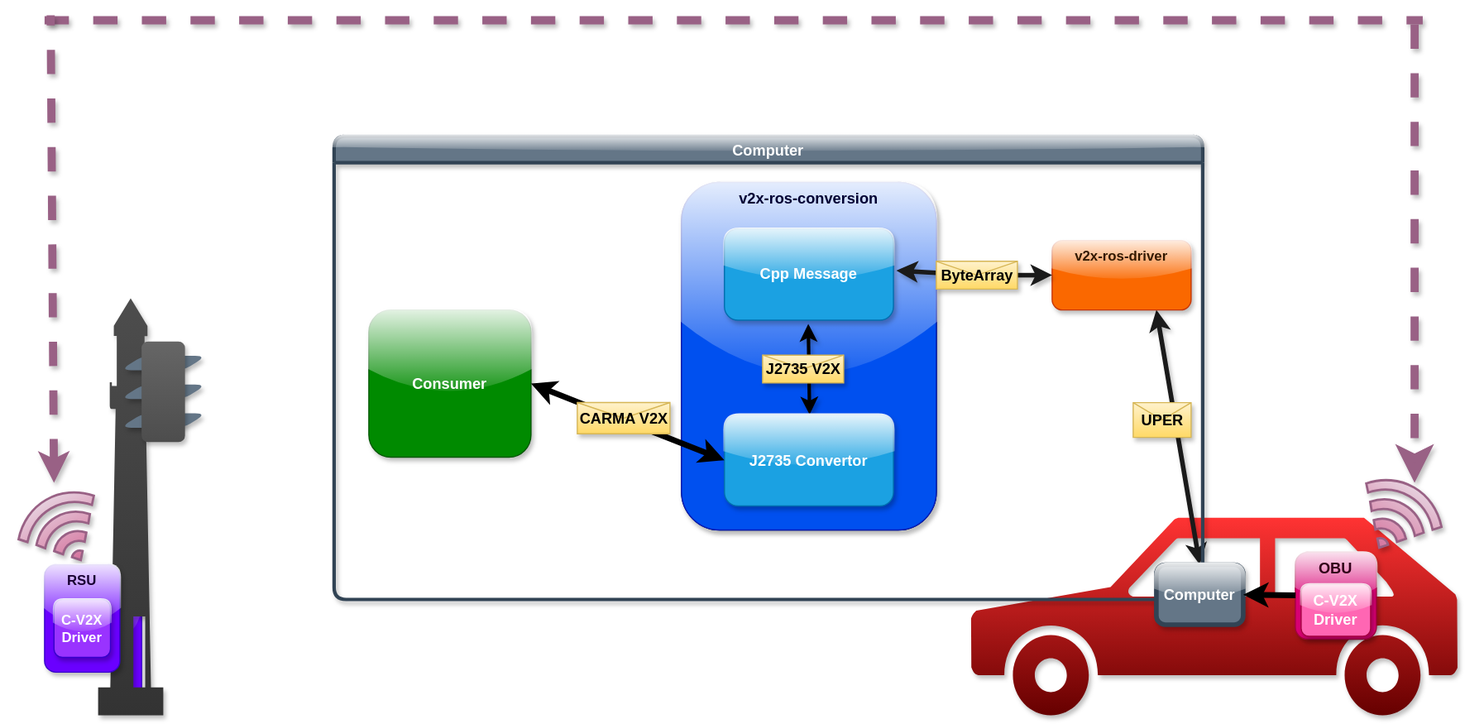
This is assets/diagram.svg from usdot-fhwa-stol/v2x-ros-conversion, a draw.io export, as it was before one commit. Source tidied: cells renumbered, new cells last; positions are measured from the earlier drawing's top-left corner, leaving out a move shared by most shapes.
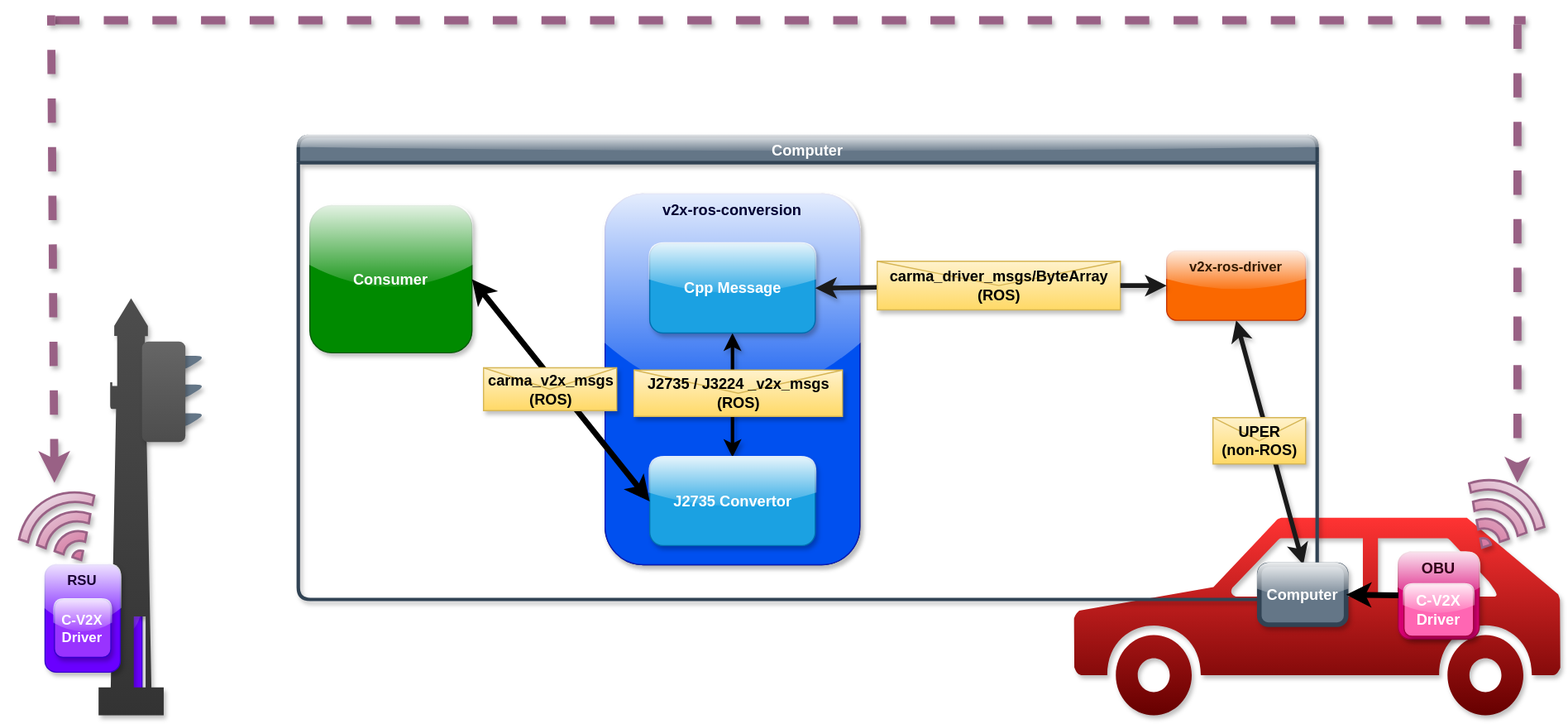
After the change.

Commit message:
Diagram Changes, Grammar

The edit, as a diff of the source:
```diff
@@ -5,94 +5,91 @@
     <mxCell id="2" style="shape=mxgraph.signs.transportation.car_3;html=1;fillColor=#660000;strokeColor=none;verticalLabelPosition=bottom;verticalAlign=top;align=center;fontColor=#ffffff;gradientColor=#FF3333;shadow=1;gradientDirection=north;" parent="1" vertex="1">
       <mxGeometry x="821" y="433.3" width="420" height="170.7" as="geometry" />
     </mxCell>
-    <mxCell id="3" style="html=1;verticalLabelPosition=bottom;align=center;labelBackgroundColor=#ffffff;verticalAlign=top;strokeWidth=2;strokeColor=#996185;shadow=1;dashed=0;shape=mxgraph.ios7.icons.wifi;fillColor=#e6d0de;gradientColor=#d5739d;rotation=-30;" parent="1" vertex="1">
-      <mxGeometry x="-0.2" y="414" width="75" height="60" as="geometry" />
-    </mxCell>
-    <mxCell id="4" style="endArrow=classic;html=1;fillColor=#cdeb8b;strokeColor=#1A1A1A;fontStyle=1;fontSize=13;fontColor=#000000;textShadow=1;strokeWidth=4;endFill=1;rounded=0;curved=0;startArrow=classic;startFill=1;entryX=0.75;entryY=1;entryDx=0;entryDy=0;exitX=0.5;exitY=0;exitDx=0;exitDy=0;shadow=1;" parent="1" edge="1" source="29" target="18">
-      <mxGeometry relative="1" as="geometry" />
+    <mxCell id="4" style="endArrow=classic;html=1;fillColor=#cdeb8b;strokeColor=#1A1A1A;fontStyle=1;fontSize=13;fontColor=#000000;textShadow=1;strokeWidth=4;endFill=1;rounded=0;curved=0;startArrow=classic;startFill=1;entryX=0.5;entryY=1;entryDx=0;entryDy=0;shadow=1;" parent="1" edge="1" target="18">
+      <mxGeometry relative="1" as="geometry">
+        <mxPoint x="1019" y="474" as="sourcePoint" />
+      </mxGeometry>
     </mxCell>
-    <mxCell id="5" style="rounded=1;whiteSpace=wrap;html=1;glass=1;fillColor=#6a00ff;fontColor=#000000;strokeColor=#3700CC;fontStyle=1;fontSize=13;shadow=1;" parent="1" vertex="1">
-      <mxGeometry x="86" y="455" width="18.8" height="136.6" as="geometry" />
-    </mxCell>
-    <mxCell id="6" style="shape=mxgraph.signs.transportation.lighthouse_2;html=1;fillColor=#4D4D4D;strokeColor=none;verticalLabelPosition=bottom;verticalAlign=top;align=center;fontColor=#000000;gradientColor=#333333;gradientDirection=south;fontStyle=1;fontSize=13;shadow=1;" parent="1" vertex="1">
-      <mxGeometry x="67.2" y="244" width="56.2" height="360" as="geometry" />
-    </mxCell>
     <mxCell id="7" value="Computer" style="swimlane;whiteSpace=wrap;html=1;fillColor=#647687;strokeColor=#314354;fontColor=#FFFFFF;fontStyle=1;fontSize=13;glass=1;shadow=1;rounded=1;strokeWidth=3;" parent="1" vertex="1">
-      <mxGeometry x="271" y="104" width="750" height="400" as="geometry" />
+      <mxGeometry x="151" y="104" width="880" height="400" as="geometry" />
     </mxCell>
     <mxCell id="8" style="group;strokeColor=#000033;rounded=1;glass=0;shadow=1;" parent="7" vertex="1">
-      <mxGeometry x="300" y="40" width="220" height="300" as="geometry" />
+      <mxGeometry x="265" y="50" width="220" height="320" as="geometry" />
     </mxCell>
     <mxCell id="9" style="edgeStyle=none;html=1;strokeWidth=4;shadow=1;" parent="8" edge="1" target="14">
       <mxGeometry relative="1" as="geometry">
-        <mxPoint x="110.9" y="117.1" as="sourcePoint" />
+        <mxPoint x="110.9" y="125" as="sourcePoint" />
       </mxGeometry>
     </mxCell>
     <mxCell id="10" value="&lt;font style=&quot;color: rgb(0, 0, 51);&quot;&gt;v2x-ros-conversion&lt;/font&gt;" style="rounded=1;whiteSpace=wrap;html=1;fillColor=#0050ef;fontColor=#000000;strokeColor=#001DBC;glass=1;horizontal=1;verticalAlign=top;strokeWidth=1;perimeterSpacing=0;fontStyle=1;fontSize=13;shadow=1;" parent="8" vertex="1">
-      <mxGeometry width="220" height="300" as="geometry" />
+      <mxGeometry width="220" height="320" as="geometry" />
     </mxCell>
-    <mxCell id="11" style="endArrow=classic;html=1;entryX=0.874;entryY=0.035;entryDx=0;entryDy=0;exitX=0.864;exitY=0.966;exitDx=0;exitDy=0;fillColor=#d80073;strokeColor=#000000;exitPerimeter=0;entryPerimeter=0;fontStyle=1;fontSize=13;fontColor=#000000;startArrow=classic;startFill=1;shadow=1;rounded=0;curved=0;strokeWidth=3;endSize=6;" parent="8" edge="1">
-      <mxGeometry relative="1" as="geometry">
-        <mxPoint x="109.4" y="122.1" as="sourcePoint" />
-        <mxPoint x="110.6" y="200.3" as="targetPoint" />
-      </mxGeometry>
+    <mxCell id="11" style="endArrow=classic;html=1;entryX=0.5;entryY=0;entryDx=0;entryDy=0;exitX=0.5;exitY=1;exitDx=0;exitDy=0;fillColor=#d80073;strokeColor=#000000;fontStyle=1;fontSize=13;fontColor=#000000;startArrow=classic;startFill=1;shadow=1;rounded=0;curved=0;strokeWidth=3;endSize=6;" parent="8" edge="1" source="15" target="14">
+      <mxGeometry relative="1" as="geometry" />
     </mxCell>
-    <mxCell id="12" value="J2735 V2X" style="shape=message;html=1;fillColor=#fff2cc;strokeColor=#d6b656;shadow=1;gradientColor=#ffd966;fontSize=13;fontStyle=1;fontColor=#000000;" parent="11" vertex="1">
-      <mxGeometry width="70" height="24" relative="1" as="geometry">
-        <mxPoint x="-40" y="-12" as="offset" />
+    <mxCell id="12" value="J2735 / J3224 _v2x_msgs&lt;div&gt;(ROS)&lt;/div&gt;" style="shape=message;html=1;fillColor=#fff2cc;strokeColor=#d6b656;shadow=1;gradientColor=#ffd966;fontSize=13;fontStyle=1;fontColor=#000000;" parent="11" vertex="1">
+      <mxGeometry width="180" height="40" relative="1" as="geometry">
+        <mxPoint x="-85" y="-22" as="offset" />
       </mxGeometry>
     </mxCell>
-    <mxCell id="13" value="UPER" style="shape=message;html=1;fillColor=#fff2cc;strokeColor=#d6b656;shadow=1;gradientColor=#ffd966;fontSize=13;fontStyle=1;fontColor=#000000;" parent="11" vertex="1">
-      <mxGeometry width="50" height="30" relative="1" as="geometry">
-        <mxPoint x="280" y="29" as="offset" />
+    <mxCell id="13" value="UPER&lt;div&gt;&lt;div&gt;&lt;div&gt;(non-ROS)&lt;/div&gt;&lt;/div&gt;&lt;/div&gt;" style="shape=message;html=1;fillColor=#fff2cc;strokeColor=#d6b656;shadow=1;gradientColor=#ffd966;fontSize=13;fontStyle=1;fontColor=#000000;" parent="11" vertex="1">
+      <mxGeometry width="80" height="40" relative="1" as="geometry">
+        <mxPoint x="415" y="19" as="offset" />
       </mxGeometry>
     </mxCell>
     <mxCell id="14" value="J2735 Convertor" style="rounded=1;whiteSpace=wrap;html=1;fillColor=#1ba1e2;fontColor=#FFFFFF;strokeColor=#006EAF;glass=1;verticalAlign=middle;fontStyle=1;fontSize=13;shadow=1;" parent="8" vertex="1">
-      <mxGeometry x="37" y="200.3" width="145.9" height="79" as="geometry" />
+      <mxGeometry x="38.5" y="227.1" width="143" height="76.3" as="geometry" />
     </mxCell>
     <mxCell id="15" value="Cpp Message" style="rounded=1;whiteSpace=wrap;html=1;fillColor=#1ba1e2;fontColor=#FFFFFF;strokeColor=#006EAF;glass=1;verticalAlign=middle;fontStyle=1;fontSize=13;shadow=1;" parent="8" vertex="1">
-      <mxGeometry x="37" y="40" width="145.9" height="79" as="geometry" />
+      <mxGeometry x="38.5" y="42.7" width="143" height="77.3" as="geometry" />
     </mxCell>
-    <mxCell id="16" style="endArrow=classic;html=1;fillColor=#cdeb8b;strokeColor=#1A1A1A;fontStyle=1;fontSize=13;fontColor=#000000;textShadow=1;strokeWidth=4;endFill=1;rounded=0;curved=0;startArrow=none;startFill=0;entryX=1;entryY=0.5;entryDx=0;entryDy=0;shadow=1;" parent="7" edge="1" source="20">
-      <mxGeometry relative="1" as="geometry">
-        <mxPoint x="485.5" y="116.1" as="targetPoint" />
-      </mxGeometry>
+    <mxCell id="16" style="endArrow=classic;html=1;fillColor=#cdeb8b;strokeColor=#1A1A1A;fontStyle=1;fontSize=13;fontColor=#000000;textShadow=1;strokeWidth=4;endFill=1;rounded=0;curved=0;startArrow=none;startFill=0;entryX=1;entryY=0.5;entryDx=0;entryDy=0;shadow=1;" parent="7" edge="1" source="20" target="15">
+      <mxGeometry relative="1" as="geometry" />
     </mxCell>
     <mxCell id="17" value="&lt;font style=&quot;color: rgb(255, 255, 255);&quot;&gt;Consumer&lt;/font&gt;" style="rounded=1;whiteSpace=wrap;html=1;fillColor=#008a00;strokeColor=#005700;glass=1;verticalAlign=middle;fontStyle=1;fontSize=13;shadow=1;fontColor=#FFFFFF;" parent="7" vertex="1">
-      <mxGeometry x="30" y="150.1" width="140" height="127.1" as="geometry" />
+      <mxGeometry x="10" y="60" width="140" height="127.1" as="geometry" />
     </mxCell>
+    <mxCell id="20" value="carma_driver_msgs/ByteArray&lt;div&gt;(ROS)&lt;/div&gt;" style="shape=message;html=1;outlineConnect=0;fillColor=#fff2cc;strokeColor=#d6b656;shadow=1;gradientColor=#ffd966;fontSize=13;fontStyle=1;fontColor=#000000;" parent="7" vertex="1">
+      <mxGeometry x="500" y="108.1" width="210" height="41.9" as="geometry" />
+    </mxCell>
+    <mxCell id="21" style="edgeStyle=none;html=1;exitX=0;exitY=0.5;exitDx=0;exitDy=0;entryX=1;entryY=0.5;entryDx=0;entryDy=0;strokeWidth=5;startArrow=classic;startFill=1;" parent="7" edge="1" source="14" target="17">
+      <mxGeometry relative="1" as="geometry" />
+    </mxCell>
     <mxCell id="18" value="&lt;font style=&quot;color: rgb(51, 26, 0);&quot;&gt;v2x-ros-driver&lt;/font&gt;" style="rounded=1;whiteSpace=wrap;html=1;fillColor=#fa6800;strokeColor=#C73500;glass=1;fontStyle=1;fontColor=#000000;labelBorderColor=none;labelBackgroundColor=none;verticalAlign=top;shadow=1;" parent="7" vertex="1">
-      <mxGeometry x="620" y="90.1" width="120" height="60" as="geometry" />
+      <mxGeometry x="750" y="99" width="120" height="60" as="geometry" />
     </mxCell>
     <mxCell id="19" style="endArrow=none;html=1;fillColor=#cdeb8b;strokeColor=#1A1A1A;fontStyle=1;fontSize=13;fontColor=#000000;textShadow=1;strokeWidth=4;endFill=0;rounded=0;curved=0;startArrow=classic;startFill=1;entryX=1;entryY=0.5;entryDx=0;entryDy=0;shadow=1;" parent="7" edge="1" source="18" target="20">
       <mxGeometry relative="1" as="geometry" />
     </mxCell>
-    <mxCell id="20" value="ByteArray" style="shape=message;html=1;outlineConnect=0;fillColor=#fff2cc;strokeColor=#d6b656;shadow=1;gradientColor=#ffd966;fontSize=13;fontStyle=1;fontColor=#000000;" parent="7" vertex="1">
-      <mxGeometry x="520" y="108.1" width="70" height="24" as="geometry" />
-    </mxCell>
-    <mxCell id="21" style="edgeStyle=none;html=1;exitX=0;exitY=0.5;exitDx=0;exitDy=0;entryX=1;entryY=0.5;entryDx=0;entryDy=0;strokeWidth=5;startArrow=classic;startFill=1;" parent="7" edge="1" source="14" target="17">
-      <mxGeometry relative="1" as="geometry" />
-    </mxCell>
-    <mxCell id="22" value="CARMA V2X" style="shape=message;html=1;fillColor=#fff2cc;strokeColor=#d6b656;shadow=1;gradientColor=#ffd966;fontSize=13;fontStyle=1;fontColor=#000000;" parent="7" vertex="1">
-      <mxGeometry x="210" y="230" width="80" height="27" as="geometry" />
+    <mxCell id="22" value="carma_v2x_msgs&lt;div&gt;(ROS)&lt;/div&gt;" style="shape=message;html=1;fillColor=#fff2cc;strokeColor=#d6b656;shadow=1;gradientColor=#ffd966;fontSize=13;fontStyle=1;fontColor=#000000;" parent="7" vertex="1">
+      <mxGeometry x="160" y="200" width="115" height="37" as="geometry" />
     </mxCell>
-    <mxCell id="23" value="&lt;font style=&quot;color: rgb(51, 0, 26);&quot;&gt;OBU&lt;/font&gt;" style="rounded=1;whiteSpace=wrap;html=1;fillColor=#d80073;strokeColor=#A50040;gradientDirection=south;strokeWidth=1;glass=1;verticalAlign=top;fontColor=#000000;fontStyle=1;fontSize=13;shadow=1;" parent="1" vertex="1">
-      <mxGeometry x="1101" y="463.3" width="70" height="75" as="geometry" />
-    </mxCell>
     <mxCell id="24" style="shape=parallelogram;perimeter=parallelogramPerimeter;whiteSpace=wrap;html=1;fixedSize=1;shadow=1;rounded=1;fillColor=#647687;fontColor=#000000;strokeColor=none;fontStyle=1;fontSize=13;" parent="1" vertex="1">
-      <mxGeometry x="86" y="343.3" width="75" height="12.4" as="geometry" />
+      <mxGeometry x="-2.8" y="343.3" width="75" height="12.4" as="geometry" />
     </mxCell>
     <mxCell id="25" style="shape=parallelogram;perimeter=parallelogramPerimeter;whiteSpace=wrap;html=1;fixedSize=1;shadow=1;rounded=1;fillColor=#647687;fontColor=#000000;strokeColor=none;fontStyle=1;fontSize=13;" parent="1" vertex="1">
-      <mxGeometry x="86" y="318.5" width="75" height="12.4" as="geometry" />
+      <mxGeometry x="-2.8" y="318.5" width="75" height="12.4" as="geometry" />
     </mxCell>
     <mxCell id="26" style="shape=parallelogram;perimeter=parallelogramPerimeter;whiteSpace=wrap;html=1;fixedSize=1;shadow=1;rounded=1;fillColor=#647687;fontColor=#000000;strokeColor=none;fontStyle=1;fontSize=13;" parent="1" vertex="1">
-      <mxGeometry x="86" y="293.7" width="75" height="12.4" as="geometry" />
+      <mxGeometry x="-2.8" y="293.7" width="75" height="12.4" as="geometry" />
     </mxCell>
+    <mxCell id="3" style="html=1;verticalLabelPosition=bottom;align=center;labelBackgroundColor=#ffffff;verticalAlign=top;strokeWidth=2;strokeColor=#996185;shadow=1;dashed=0;shape=mxgraph.ios7.icons.wifi;fillColor=#e6d0de;gradientColor=#d5739d;rotation=-30;" parent="1" vertex="1">
+      <mxGeometry x="-89" y="414" width="75" height="60" as="geometry" />
+    </mxCell>
+    <mxCell id="5" style="rounded=1;whiteSpace=wrap;html=1;glass=1;fillColor=#6a00ff;fontColor=#000000;strokeColor=#3700CC;fontStyle=1;fontSize=13;shadow=1;" parent="1" vertex="1">
+      <mxGeometry x="-2.8" y="455" width="18.8" height="136.6" as="geometry" />
+    </mxCell>
+    <mxCell id="6" style="shape=mxgraph.signs.transportation.lighthouse_2;html=1;fillColor=#4D4D4D;strokeColor=none;verticalLabelPosition=bottom;verticalAlign=top;align=center;fontColor=#000000;gradientColor=#333333;gradientDirection=south;fontStyle=1;fontSize=13;shadow=1;" parent="1" vertex="1">
+      <mxGeometry x="-21.5" y="244" width="56.2" height="360" as="geometry" />
+    </mxCell>
+    <mxCell id="23" value="&lt;font style=&quot;color: rgb(51, 0, 26);&quot;&gt;OBU&lt;/font&gt;" style="rounded=1;whiteSpace=wrap;html=1;fillColor=#d80073;strokeColor=#A50040;gradientDirection=south;strokeWidth=1;glass=1;verticalAlign=top;fontColor=#000000;fontStyle=1;fontSize=13;shadow=1;" parent="1" vertex="1">
+      <mxGeometry x="1101" y="463.3" width="70" height="75" as="geometry" />
+    </mxCell>
     <mxCell id="27" value="&lt;font style=&quot;color: rgb(25, 0, 51);&quot;&gt;RSU&lt;/font&gt;" style="rounded=1;whiteSpace=wrap;html=1;glass=1;fillColor=#6a00ff;fontColor=#9933FF;strokeColor=#3700CC;verticalAlign=top;fontStyle=1;shadow=1;" parent="1" vertex="1">
-      <mxGeometry x="21" y="474" width="65" height="92.8" as="geometry" />
+      <mxGeometry x="-67.8" y="474" width="65" height="92.8" as="geometry" />
     </mxCell>
     <mxCell id="28" style="rounded=1;whiteSpace=wrap;html=1;glass=0;fillColor=#666666;fontColor=#000000;strokeColor=none;gradientColor=#4D4D4D;gradientDirection=south;fontStyle=1;fontSize=13;shadow=1;" parent="1" vertex="1">
-      <mxGeometry x="104.8" y="281.2" width="37.5" height="86.9" as="geometry" />
+      <mxGeometry x="16" y="281.2" width="37.5" height="86.9" as="geometry" />
     </mxCell>
     <mxCell id="29" value="&lt;font style=&quot;color: rgb(255, 255, 255);&quot;&gt;Computer&lt;/font&gt;" style="rounded=1;whiteSpace=wrap;html=1;fillColor=#647687;strokeColor=#314354;gradientDirection=south;strokeWidth=4;glass=1;verticalAlign=middle;fontColor=#000000;fontStyle=1;fontSize=13;shadow=1;" parent="1" vertex="1">
       <mxGeometry x="981" y="474" width="75" height="51.8" as="geometry" />
@@ -101,7 +98,7 @@
       <mxGeometry x="1106" y="490.8" width="60" height="45" as="geometry" />
     </mxCell>
     <mxCell id="31" value="&lt;font style=&quot;color: rgb(255, 255, 255);&quot;&gt;C-V2X Driver&lt;/font&gt;" style="rounded=1;whiteSpace=wrap;html=1;fillColor=#9933FF;strokeColor=#3700CC;gradientDirection=south;strokeWidth=1;glass=1;verticalAlign=middle;fontColor=#FFFFFF;fontStyle=1;shadow=1;" parent="1" vertex="1">
-      <mxGeometry x="29.1" y="504" width="48.8" height="50" as="geometry" />
+      <mxGeometry x="-59.6" y="504" width="48.8" height="50" as="geometry" />
     </mxCell>
     <mxCell id="32" style="html=1;verticalLabelPosition=bottom;align=center;labelBackgroundColor=#ffffff;verticalAlign=top;strokeWidth=2;strokeColor=#996185;shadow=1;dashed=0;shape=mxgraph.ios7.icons.wifi;fillColor=#e6d0de;gradientColor=#d5739d;rotation=30;" parent="1" vertex="1">
       <mxGeometry x="1151" y="403.3" width="75" height="60" as="geometry" />
@@ -109,19 +106,19 @@
     <mxCell id="33" style="edgeStyle=none;html=1;exitX=1;exitY=0.5;exitDx=0;exitDy=0;entryX=0.667;entryY=0.393;entryDx=0;entryDy=0;entryPerimeter=0;strokeWidth=5;startArrow=classic;startFill=1;endArrow=none;endFill=0;" parent="1" edge="1" source="29" target="2">
       <mxGeometry relative="1" as="geometry" />
     </mxCell>
-    <mxCell id="34" style="endArrow=none;dashed=1;html=1;strokeWidth=7;flowAnimation=0;fillColor=#e6d0de;gradientColor=#d5739d;strokeColor=#996185;shadow=1;" parent="1" edge="1">
+    <mxCell id="34" style="endArrow=none;dashed=1;html=1;strokeWidth=7;flowAnimation=0;fillColor=#e6d0de;gradientColor=#d5739d;strokeColor=#996185;shadow=1;jumpSize=5;" parent="1" edge="1">
       <mxGeometry relative="1" as="geometry">
-        <mxPoint x="21" y="4" as="sourcePoint" />
+        <mxPoint x="-59" y="4" as="sourcePoint" />
         <mxPoint x="1211" y="4" as="targetPoint" />
       </mxGeometry>
     </mxCell>
     <mxCell id="35" style="endArrow=none;dashed=1;html=1;strokeWidth=7;flowAnimation=0;shadow=1;fillColor=#e6d0de;strokeColor=#996185;gradientColor=#d5739d;endFill=0;startArrow=classic;startFill=1;endSize=0;startSize=5;" parent="1" edge="1">
       <mxGeometry relative="1" as="geometry">
-        <mxPoint x="29.1" y="403.3" as="sourcePoint" />
-        <mxPoint x="26.3" y="-0.3" as="targetPoint" />
+        <mxPoint x="-59.6" y="403.3" as="sourcePoint" />
+        <mxPoint x="-62.5" y="-0.3" as="targetPoint" />
       </mxGeometry>
     </mxCell>
-    <mxCell id="36" style="endArrow=classic;dashed=1;html=1;strokeWidth=7;flowAnimation=0;entryX=0.521;entryY=0.03;entryDx=0;entryDy=0;entryPerimeter=0;fillColor=#e6d0de;gradientColor=#d5739d;strokeColor=#996185;shadow=1;endFill=1;startSize=9;endSize=11;" parent="1" edge="1">
+    <mxCell id="36" style="endArrow=classic;dashed=1;html=1;strokeWidth=7;flowAnimation=0;entryX=0.521;entryY=0.03;entryDx=0;entryDy=0;entryPerimeter=0;fillColor=#e6d0de;gradientColor=#d5739d;strokeColor=#996185;shadow=1;endFill=1;startSize=5;endSize=0;" parent="1" edge="1">
       <mxGeometry relative="1" as="geometry">
         <mxPoint x="1204" y="7.6" as="sourcePoint" />
         <mxPoint x="1204" y="403.3" as="targetPoint" />
```
